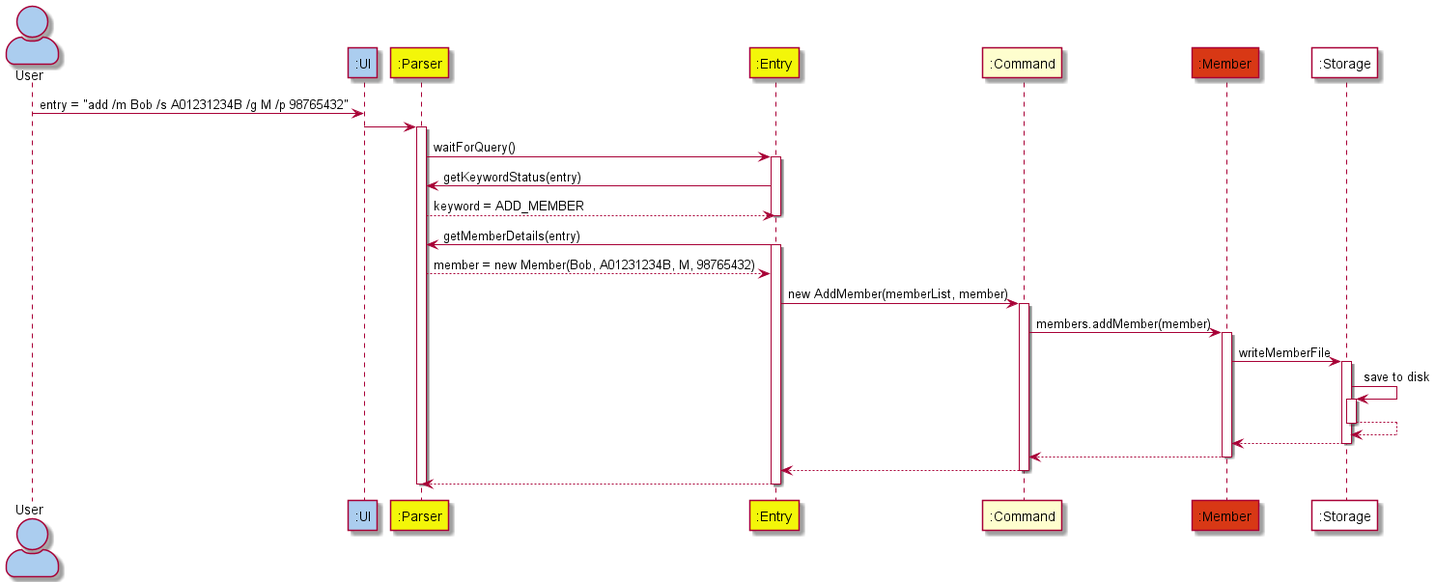
Above: docs/images/ArchitectureSequence.png in nus-cs2113-AY2122S1/tp (PlantUML), before the change.
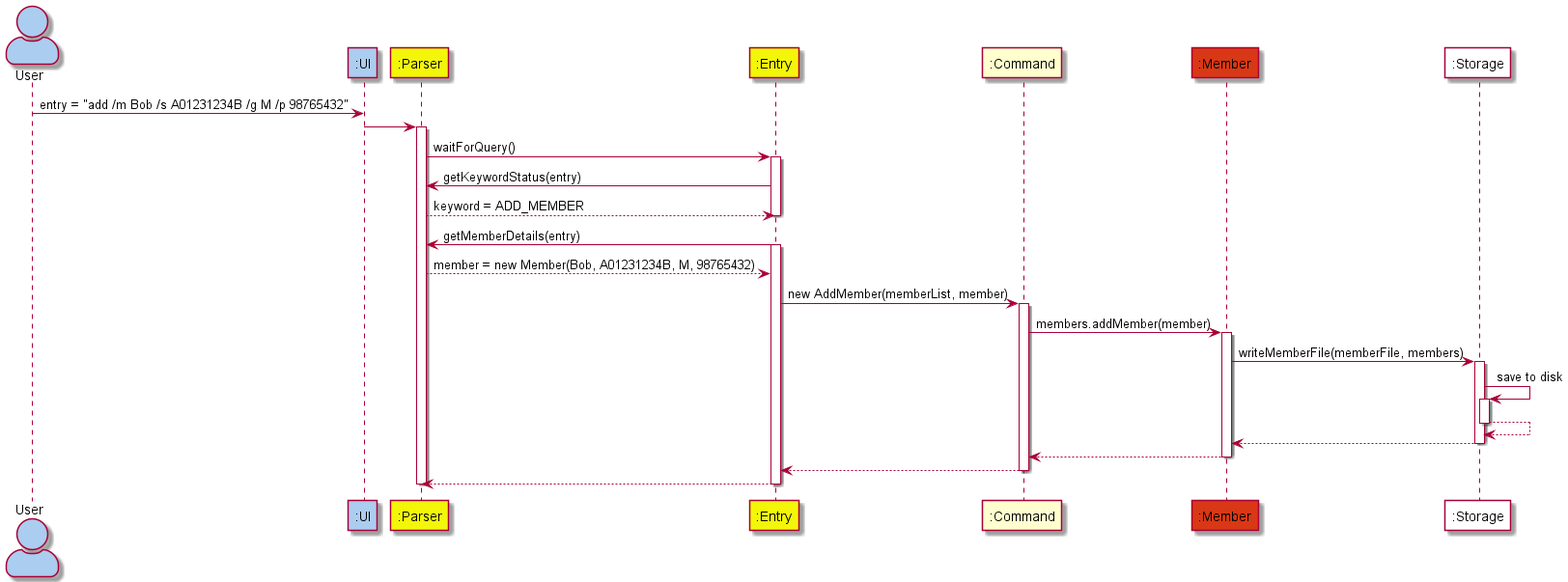
Later version of the same file.

The edit, as a diff of the source:
```diff
@@ -31,7 +31,7 @@
 command -> member : members.addMember(member)
 activate member
 
-member -> storage : writeMemberFile
+member -> storage : writeMemberFile(memberFile, members)
 activate storage
 
 storage -> storage : save to disk
```
